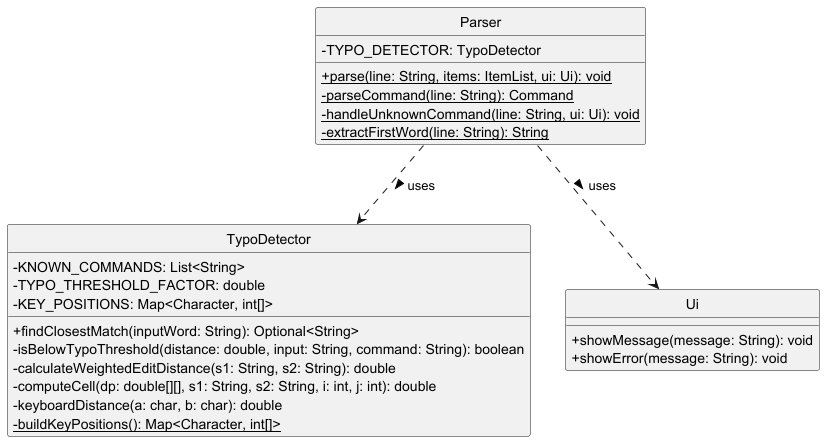
adbsw/tp keeps this PlantUML diagram as docs/diagrams/TypoDetectorClassDiagram.png. Above is the earlier version.
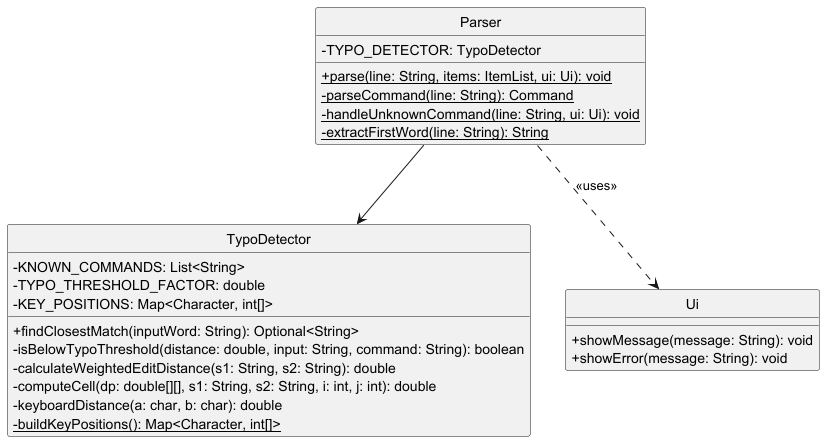
Above is the later version.

What changed in the source:
```diff
@@ -29,7 +29,7 @@
     + showError(message: String): void
 }
 
-Parser ..> TypoDetector : uses >
-Parser ..> Ui : uses >
+Parser --> TypoDetector
+Parser ..> Ui : <<uses>>
 
 @enduml
```
